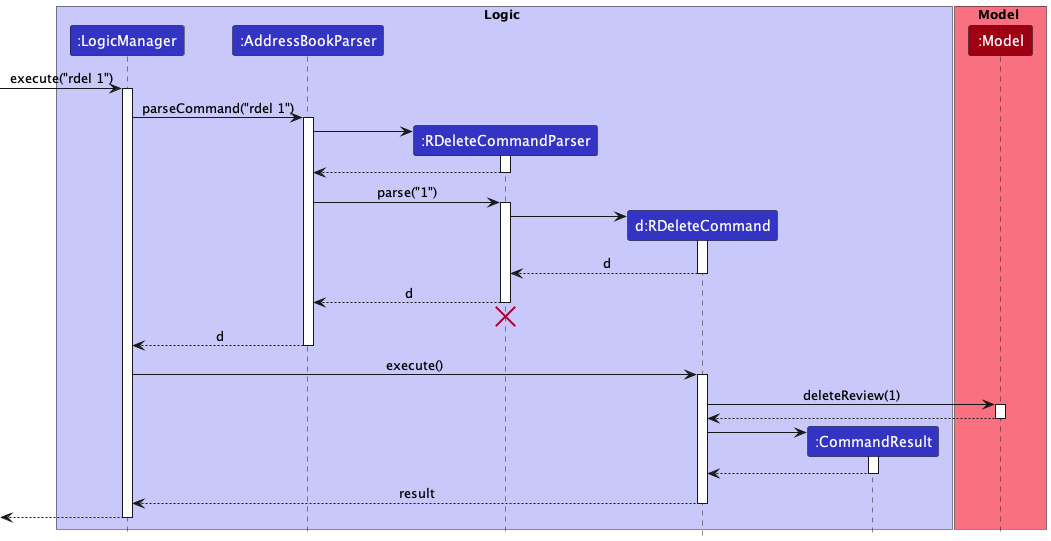
This is docs/images/DeleteSequenceDiagram.png from nus-cs2103-AY2223S1/tp, a PlantUML export, as it was before one commit.
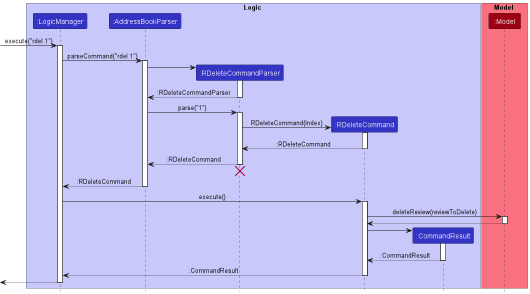
The same diagram one commit later.

Commit message:
Standardize Rdel and REdit sequence diagrams

What changed in the source:
```diff
@@ -4,7 +4,7 @@
 participant ":LogicManager" as LogicManager LOGIC_COLOR
 participant ":AddressBookParser" as AddressBookParser LOGIC_COLOR
 participant ":RDeleteCommandParser" as RDeleteCommandParser LOGIC_COLOR
-participant "d:RDeleteCommand" as RDeleteCommand LOGIC_COLOR
+participant ":RDeleteCommand" as RDeleteCommand LOGIC_COLOR
 participant ":CommandResult" as CommandResult LOGIC_COLOR
 end box
 
@@ -22,31 +22,31 @@
 AddressBookParser -> RDeleteCommandParser
 activate RDeleteCommandParser
 
-RDeleteCommandParser --> AddressBookParser
+RDeleteCommandParser --> AddressBookParser: :RDeleteCommandParser
 deactivate RDeleteCommandParser
 
 AddressBookParser -> RDeleteCommandParser : parse("1")
 activate RDeleteCommandParser
 
 create RDeleteCommand
-RDeleteCommandParser -> RDeleteCommand
+RDeleteCommandParser -> RDeleteCommand : RDeleteCommand(Index)
 activate RDeleteCommand
 
-RDeleteCommand --> RDeleteCommandParser : d
+RDeleteCommand --> RDeleteCommandParser : :RDeleteCommand
 deactivate RDeleteCommand
 
-RDeleteCommandParser --> AddressBookParser : d
+RDeleteCommandParser --> AddressBookParser : :RDeleteCommand
 deactivate RDeleteCommandParser
 RDeleteCommandParser -[hidden]-> AddressBookParser
 destroy RDeleteCommandParser
 
-AddressBookParser --> LogicManager : d
+AddressBookParser --> LogicManager : :RDeleteCommand
 deactivate AddressBookParser
 
 LogicManager -> RDeleteCommand : execute()
 activate RDeleteCommand
 
-RDeleteCommand -> Model : deleteReview(1)
+RDeleteCommand -> Model : deleteReview(reviewToDelete)
 activate Model
 
 Model --> RDeleteCommand
@@ -56,10 +56,10 @@
 RDeleteCommand -> CommandResult
 activate CommandResult
 
-CommandResult --> RDeleteCommand
+CommandResult --> RDeleteCommand : :CommandResult
 deactivate CommandResult
 
-RDeleteCommand --> LogicManager : result
+RDeleteCommand --> LogicManager : :CommandResult
 deactivate RDeleteCommand
 
 [<--LogicManager
```
